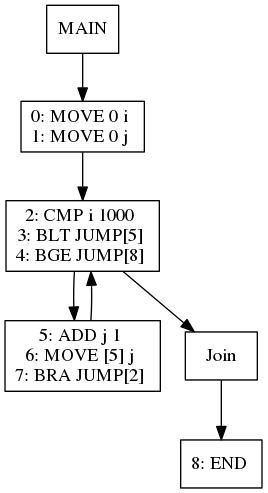
Before: viz/test008.dot.png, a diagram exported from Graphviz (jiahanwang/PL241-Compiler). Its source is kept beside it as viz/test008.dot.
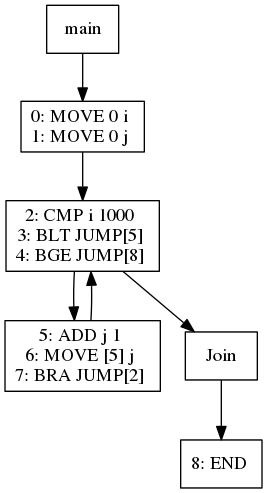
After the change.

The edit, as a diff of the source:
```diff
@@ -1,24 +1,24 @@
 digraph test008 {
 node [shape=box]
-1[label="MAIN"]
-1 -> 3
-3[label="0: MOVE 0 i
+126[label="main"]
+126 -> 128
+128[label="0: MOVE 0 i
 1: MOVE 0 j
 "]
-3 -> 5
-5[label="2: CMP i 1000
+128 -> 130
+130[label="2: CMP i 1000
 3: BLT JUMP[5]
 4: BGE JUMP[8]
 "]
-5 -> 7
-7[label="5: ADD j 1
+130 -> 132
+132[label="5: ADD j 1
 6: MOVE [5] j
 7: BRA JUMP[2]
 "]
-7 -> 5
-5 -> 6
-6[label="Join"]
-6 -> 8
-8[label="8: END
+132 -> 130
+130 -> 131
+131[label="Join"]
+131 -> 133
+133[label="8: END
 "]
 }
```
